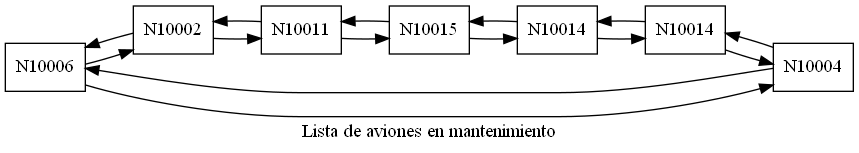
Earlier version of the Graphviz export imagenes/avionesMantenimiento.png (MarvinCastellanos/201700490_EDD_Proyecto). Its source is kept beside it as dot/avionesMantenimiento.dot.
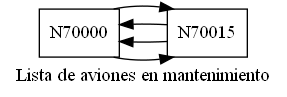
The same diagram one commit later.

What changed in the source:
```diff
@@ -2,25 +2,10 @@
   rankdir=LR;
   label="Lista de aviones en mantenimiento";
   node [shape=record];
-  node0 [label=" N10006 "];
-  node1 [label=" N10002 "];
-  node2 [label=" N10011 "];
-  node3 [label=" N10015 "];
-  node4 [label=" N10014 "];
-  node5 [label=" N10014 "];
-  node6 [label=" N10004 "];
+  node0 [label=" N70000 "];
+  node1 [label=" N70015 "];
   node0 -> node1;
   node1 -> node0;
-  node1 -> node2;
-  node2 -> node1;
-  node2 -> node3;
-  node3 -> node2;
-  node3 -> node4;
-  node4 -> node3;
-  node4 -> node5;
-  node5 -> node4;
-  node5 -> node6;
-  node6 -> node5;
-  node6 -> node0;
-  node0 -> node6;
+  node1 -> node0;
+  node0 -> node1;
 }
```
